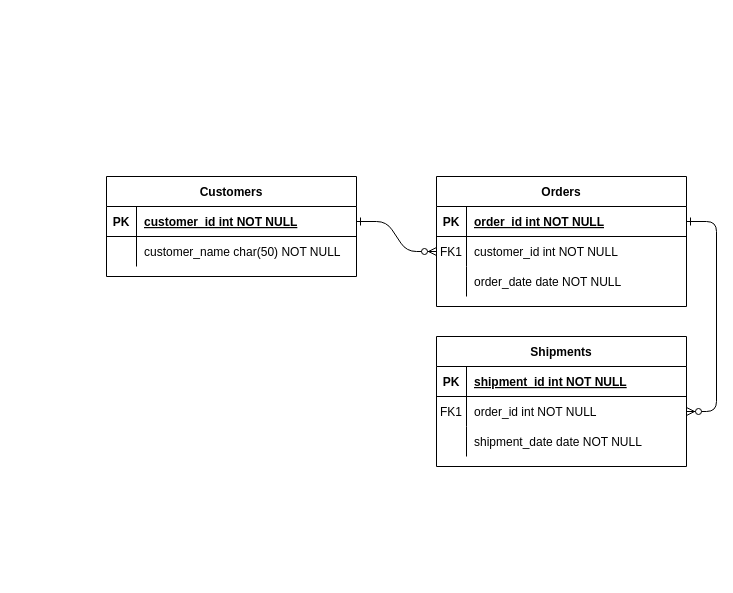
Earlier version of the draw.io diagram Diagrama sin título.drawio (NALVAREZ21/BACK-REST). Source tidied: cells renumbered, new cells numbered last; positions are measured from the earlier drawing's top-left corner, leaving out a move shared by most shapes. Both pictures are drawn from the tidied source at 100%, with x=0, y=0 at pixel (106, 176).
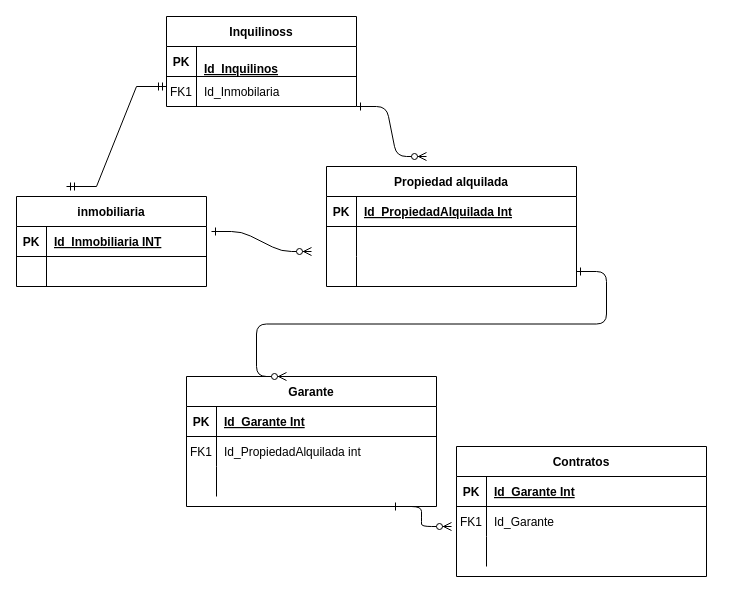
The same page after the edit.

Unchanged cells that the change refers to:
```xml
<mxCell id="5" style="shape=partialRectangle;fillColor=none;points=[[0,0.5],[1,0.5]];portConstraint=eastwest;top=0;left=0;right=0;bottom=1;" parent="4" vertex="1">
  <mxGeometry y="30" width="250" height="30" as="geometry" />
</mxCell>
<mxCell id="8" style="shape=partialRectangle;fillColor=none;points=[[0,0.5],[1,0.5]];portConstraint=eastwest;top=0;left=0;right=0;bottom=0;" parent="4" vertex="1">
  <mxGeometry y="60" width="250" height="30" as="geometry" />
</mxCell>
<mxCell id="11" style="shape=partialRectangle;fillColor=none;points=[[0,0.5],[1,0.5]];portConstraint=eastwest;top=0;left=0;right=0;bottom=0;" parent="4" vertex="1">
  <mxGeometry y="90" width="250" height="30" as="geometry" />
</mxCell>
<mxCell id="15" style="shape=partialRectangle;fillColor=none;top=0;left=0;right=0;bottom=1;" parent="14" vertex="1">
  <mxGeometry y="30" width="250" height="30" as="geometry" />
</mxCell>
<mxCell id="18" style="shape=partialRectangle;fillColor=none;points=[[0,0.5],[1,0.5]];portConstraint=eastwest;top=0;left=0;right=0;bottom=0;" parent="14" vertex="1">
  <mxGeometry y="60" width="250" height="30" as="geometry" />
</mxCell>
<mxCell id="21" style="shape=partialRectangle;fillColor=none;top=0;left=0;right=0;bottom=0;" parent="14" vertex="1">
  <mxGeometry y="90" width="250" height="30" as="geometry" />
</mxCell>
```

What changed in the source:
```diff
@@
-    <mxCell id="2" style="edgeStyle=entityRelationEdgeStyle;endArrow=ERzeroToMany;startArrow=ERone;endFill=1;startFill=0;" parent="1" edge="1" source="25" target="8">
-      <mxGeometry relative="1" as="geometry" />
+    <mxCell id="2" style="edgeStyle=entityRelationEdgeStyle;endArrow=ERzeroToMany;startArrow=ERone;endFill=1;startFill=0;" parent="1" edge="1">
+      <mxGeometry relative="1" as="geometry">
+        <mxPoint x="285" y="330" as="sourcePoint" />
+        <mxPoint x="345" y="350" as="targetPoint" />
+      </mxGeometry>
     </mxCell>
-    <mxCell id="3" style="edgeStyle=entityRelationEdgeStyle;endArrow=ERzeroToMany;startArrow=ERone;endFill=1;startFill=0;" parent="1" edge="1" source="5" target="18">
-      <mxGeometry relative="1" as="geometry" />
-    </mxCell>
-    <mxCell id="4" value="Orders" style="shape=table;startSize=30;childLayout=tableLayout;rowLines=0;fontStyle=1;align=center;" parent="1" vertex="1">
-      <mxGeometry x="330" width="250" height="130" as="geometry" />
+    <mxCell id="4" value="Propiedad alquilada" style="shape=table;startSize=30;childLayout=tableLayout;rowLines=0;fontStyle=1;align=center;" parent="1" vertex="1">
+      <mxGeometry x="220" y="-10" width="250" height="120" as="geometry" />
     </mxCell>
@@
-    <mxCell id="7" value="order_id int NOT NULL " style="shape=partialRectangle;overflow=hidden;fillColor=none;top=0;left=0;bottom=0;right=0;align=left;spacingLeft=6;fontStyle=5;" parent="5" vertex="1">
+    <mxCell id="7" value="Id_PropiedadAlquilada Int" style="shape=partialRectangle;overflow=hidden;fillColor=none;top=0;left=0;bottom=0;right=0;align=left;spacingLeft=6;fontStyle=5;" parent="5" vertex="1">
       <mxGeometry x="30" width="220" height="30" as="geometry" />
     </mxCell>
@@
-    <mxCell id="9" value="FK1" style="shape=partialRectangle;overflow=hidden;fillColor=none;top=0;left=0;bottom=0;right=0;" parent="8" vertex="1">
+    <mxCell id="9" style="shape=partialRectangle;overflow=hidden;fillColor=none;top=0;left=0;bottom=0;right=0;" parent="8" vertex="1">
       <mxGeometry width="30" height="30" as="geometry" />
     </mxCell>
-    <mxCell id="10" value="customer_id int NOT NULL" style="shape=partialRectangle;overflow=hidden;fillColor=none;top=0;left=0;bottom=0;right=0;align=left;spacingLeft=6;" parent="8" vertex="1">
+    <mxCell id="10" style="shape=partialRectangle;overflow=hidden;fillColor=none;top=0;left=0;bottom=0;right=0;align=left;spacingLeft=6;" parent="8" vertex="1">
       <mxGeometry x="30" width="220" height="30" as="geometry" />
     </mxCell>
@@
-    <mxCell id="13" value="order_date date NOT NULL" style="shape=partialRectangle;overflow=hidden;fillColor=none;top=0;left=0;bottom=0;right=0;align=left;spacingLeft=6;" parent="11" vertex="1">
+    <mxCell id="13" style="shape=partialRectangle;overflow=hidden;fillColor=none;top=0;left=0;bottom=0;right=0;align=left;spacingLeft=6;" parent="11" vertex="1">
       <mxGeometry x="30" width="220" height="30" as="geometry" />
     </mxCell>
-    <mxCell id="14" value="Shipments" style="shape=table;startSize=30;childLayout=tableLayout;rowLines=0;fontStyle=1;align=center;" parent="1" vertex="1">
-      <mxGeometry x="330" y="160" width="250" height="130" as="geometry" />
+    <mxCell id="14" value="Garante" style="shape=table;startSize=30;childLayout=tableLayout;rowLines=0;fontStyle=1;align=center;" parent="1" vertex="1">
+      <mxGeometry x="80" y="200" width="250" height="130" as="geometry" />
     </mxCell>
@@
-    <mxCell id="17" value="shipment_id int NOT NULL " style="shape=partialRectangle;overflow=hidden;fillColor=none;top=0;left=0;bottom=0;right=0;align=left;spacingLeft=6;fontStyle=5;" parent="15" vertex="1">
+    <mxCell id="17" value="Id_Garante Int" style="shape=partialRectangle;overflow=hidden;fillColor=none;top=0;left=0;bottom=0;right=0;align=left;spacingLeft=6;fontStyle=5;" parent="15" vertex="1">
       <mxGeometry x="30" width="220" height="30" as="geometry" />
     </mxCell>
@@
-    <mxCell id="20" value="order_id int NOT NULL" style="shape=partialRectangle;overflow=hidden;fillColor=none;top=0;left=0;bottom=0;right=0;align=left;spacingLeft=6;" parent="18" vertex="1">
+    <mxCell id="20" value="Id_PropiedadAlquilada int" style="shape=partialRectangle;overflow=hidden;fillColor=none;top=0;left=0;bottom=0;right=0;align=left;spacingLeft=6;" parent="18" vertex="1">
       <mxGeometry x="30" width="220" height="30" as="geometry" />
     </mxCell>
@@
-    <mxCell id="23" value="shipment_date date NOT NULL" style="shape=partialRectangle;overflow=hidden;fillColor=none;top=0;left=0;bottom=0;right=0;align=left;spacingLeft=6;" parent="21" vertex="1">
+    <mxCell id="23" style="shape=partialRectangle;overflow=hidden;fillColor=none;top=0;left=0;bottom=0;right=0;align=left;spacingLeft=6;" parent="21" vertex="1">
       <mxGeometry x="30" width="220" height="30" as="geometry" />
     </mxCell>
-    <mxCell id="24" value="Customers" style="shape=table;startSize=30;childLayout=tableLayout;rowLines=0;fontStyle=1;align=center;" parent="1" vertex="1">
-      <mxGeometry width="250" height="100" as="geometry" />
+    <mxCell id="24" value="inmobiliaria" style="shape=table;startSize=30;childLayout=tableLayout;rowLines=0;fontStyle=1;align=center;" parent="1" vertex="1">
+      <mxGeometry x="-90" y="20" width="190" height="90" as="geometry" />
     </mxCell>
     <mxCell id="25" style="shape=partialRectangle;fillColor=none;points=[[0,0.5],[1,0.5]];portConstraint=eastwest;top=0;left=0;right=0;bottom=1;" parent="24" vertex="1">
-      <mxGeometry y="30" width="250" height="30" as="geometry" />
+      <mxGeometry y="30" width="190" height="30" as="geometry" />
     </mxCell>
@@
-    <mxCell id="27" value="customer_id int NOT NULL " style="shape=partialRectangle;overflow=hidden;fillColor=none;top=0;left=0;bottom=0;right=0;align=left;spacingLeft=6;fontStyle=5;" parent="25" vertex="1">
-      <mxGeometry x="30" width="220" height="30" as="geometry" />
+    <mxCell id="27" value="Id_Inmobiliaria INT" style="shape=partialRectangle;overflow=hidden;fillColor=none;top=0;left=0;bottom=0;right=0;align=left;spacingLeft=6;fontStyle=5;" parent="25" vertex="1">
+      <mxGeometry x="30" width="160" height="30" as="geometry" />
     </mxCell>
     <mxCell id="28" style="shape=partialRectangle;fillColor=none;top=0;left=0;right=0;bottom=0;" parent="24" vertex="1">
-      <mxGeometry y="60" width="250" height="30" as="geometry" />
+      <mxGeometry y="60" width="190" height="30" as="geometry" />
     </mxCell>
@@
-    <mxCell id="30" value="customer_name char(50) NOT NULL" style="shape=partialRectangle;overflow=hidden;fillColor=none;top=0;left=0;bottom=0;right=0;align=left;spacingLeft=6;" parent="28" vertex="1">
-      <mxGeometry x="30" width="220" height="30" as="geometry" />
+    <mxCell id="30" style="shape=partialRectangle;overflow=hidden;fillColor=none;top=0;left=0;bottom=0;right=0;align=left;spacingLeft=6;" parent="28" vertex="1">
+      <mxGeometry x="30" width="160" height="30" as="geometry" />
     </mxCell>
+    <mxCell id="31" style="edgeStyle=entityRelationEdgeStyle;endArrow=ERzeroToMany;startArrow=ERone;endFill=1;startFill=0;entryX=0.32;entryY=0;entryDx=0;entryDy=0;entryPerimeter=0;" parent="1" edge="1" source="11">
+      <mxGeometry relative="1" as="geometry">
+        <mxPoint x="180" y="200" as="targetPoint" />
+        <Array as="points">
+          <mxPoint x="210" y="180" />
+          <mxPoint x="210" y="190" />
+          <mxPoint x="230" y="190" />
+          <mxPoint x="160" y="190" />
+          <mxPoint x="170" y="200" />
+        </Array>
+      </mxGeometry>
+    </mxCell>
+    <mxCell id="32" value="Contratos" style="shape=table;startSize=30;childLayout=tableLayout;rowLines=0;fontStyle=1;align=center;" parent="1" vertex="1">
+      <mxGeometry x="350" y="270" width="250" height="130" as="geometry" />
+    </mxCell>
+    <mxCell id="33" style="shape=partialRectangle;fillColor=none;top=0;left=0;right=0;bottom=1;" parent="32" vertex="1">
+      <mxGeometry y="30" width="250" height="30" as="geometry" />
+    </mxCell>
+    <mxCell id="34" value="PK" style="shape=partialRectangle;overflow=hidden;fillColor=none;top=0;left=0;bottom=0;right=0;fontStyle=1;" parent="33" vertex="1">
+      <mxGeometry width="30" height="30" as="geometry" />
+    </mxCell>
+    <mxCell id="35" value="Id_Garante Int" style="shape=partialRectangle;overflow=hidden;fillColor=none;top=0;left=0;bottom=0;right=0;align=left;spacingLeft=6;fontStyle=5;" parent="33" vertex="1">
+      <mxGeometry x="30" width="220" height="30" as="geometry" />
+    </mxCell>
+    <mxCell id="36" style="shape=partialRectangle;fillColor=none;top=0;left=0;right=0;bottom=0;" parent="32" vertex="1">
+      <mxGeometry y="60" width="250" height="30" as="geometry" />
+    </mxCell>
+    <mxCell id="37" value="FK1" style="shape=partialRectangle;overflow=hidden;fillColor=none;top=0;left=0;bottom=0;right=0;" parent="36" vertex="1">
+      <mxGeometry width="30" height="30" as="geometry" />
+    </mxCell>
+    <mxCell id="38" value="Id_Garante" style="shape=partialRectangle;overflow=hidden;fillColor=none;top=0;left=0;bottom=0;right=0;align=left;spacingLeft=6;" parent="36" vertex="1">
+      <mxGeometry x="30" width="220" height="30" as="geometry" />
+    </mxCell>
+    <mxCell id="39" style="shape=partialRectangle;fillColor=none;top=0;left=0;right=0;bottom=0;" parent="32" vertex="1">
+      <mxGeometry y="90" width="250" height="30" as="geometry" />
+    </mxCell>
+    <mxCell id="40" style="shape=partialRectangle;overflow=hidden;fillColor=none;top=0;left=0;bottom=0;right=0;" parent="39" vertex="1">
+      <mxGeometry width="30" height="30" as="geometry" />
+    </mxCell>
+    <mxCell id="41" style="shape=partialRectangle;overflow=hidden;fillColor=none;top=0;left=0;bottom=0;right=0;align=left;spacingLeft=6;" parent="39" vertex="1">
+      <mxGeometry x="30" width="220" height="30" as="geometry" />
+    </mxCell>
+    <mxCell id="42" style="edgeStyle=entityRelationEdgeStyle;endArrow=ERzeroToMany;startArrow=ERone;endFill=1;startFill=0;" parent="1" edge="1">
+      <mxGeometry relative="1" as="geometry">
+        <mxPoint x="105" y="55" as="sourcePoint" />
+        <mxPoint x="205" y="75" as="targetPoint" />
+      </mxGeometry>
+    </mxCell>
+    <mxCell id="43" value="Inquilinoss" style="shape=table;startSize=30;childLayout=tableLayout;rowLines=0;fontStyle=1;align=center;" parent="1" vertex="1">
+      <mxGeometry x="60" y="-160" width="190" height="90" as="geometry" />
+    </mxCell>
+    <mxCell id="44" style="shape=partialRectangle;fillColor=none;top=0;left=0;right=0;bottom=1;" parent="43" vertex="1">
+      <mxGeometry y="30" width="190" height="30" as="geometry" />
+    </mxCell>
+    <mxCell id="45" value="PK" style="shape=partialRectangle;overflow=hidden;fillColor=none;top=0;left=0;bottom=0;right=0;fontStyle=1;" parent="44" vertex="1">
+      <mxGeometry width="30" height="30" as="geometry" />
+    </mxCell>
+    <mxCell id="46" value="&#10;Id_Inquilinos&#10;" style="shape=partialRectangle;overflow=hidden;fillColor=none;top=0;left=0;bottom=0;right=0;align=left;spacingLeft=6;fontStyle=5;" parent="44" vertex="1">
+      <mxGeometry x="30" width="160" height="30" as="geometry" />
+    </mxCell>
+    <mxCell id="47" style="shape=partialRectangle;fillColor=none;top=0;left=0;right=0;bottom=0;" parent="43" vertex="1">
+      <mxGeometry y="60" width="190" height="30" as="geometry" />
+    </mxCell>
+    <mxCell id="48" value="FK1" style="shape=partialRectangle;overflow=hidden;fillColor=none;top=0;left=0;bottom=0;right=0;" parent="47" vertex="1">
+      <mxGeometry width="30" height="30" as="geometry" />
+    </mxCell>
+    <mxCell id="49" value="Id_Inmobilaria" style="shape=partialRectangle;overflow=hidden;fillColor=none;top=0;left=0;bottom=0;right=0;align=left;spacingLeft=6;" parent="47" vertex="1">
+      <mxGeometry x="30" width="160" height="30" as="geometry" />
+    </mxCell>
+    <mxCell id="50" style="edgeStyle=entityRelationEdgeStyle;endArrow=ERzeroToMany;startArrow=ERone;endFill=1;startFill=0;" parent="1" edge="1">
+      <mxGeometry relative="1" as="geometry">
+        <mxPoint x="250" y="-70" as="sourcePoint" />
+        <mxPoint x="320" y="-20" as="targetPoint" />
+      </mxGeometry>
+    </mxCell>
+    <mxCell id="51" style="edgeStyle=entityRelationEdgeStyle;fontSize=12;html=1;endArrow=ERmandOne;startArrow=ERmandOne;rounded=0;" parent="1" edge="1">
+      <mxGeometry relative="1" as="geometry">
+        <mxPoint x="-40" y="10" as="sourcePoint" />
+        <mxPoint x="60" y="-90" as="targetPoint" />
+      </mxGeometry>
+    </mxCell>
```
